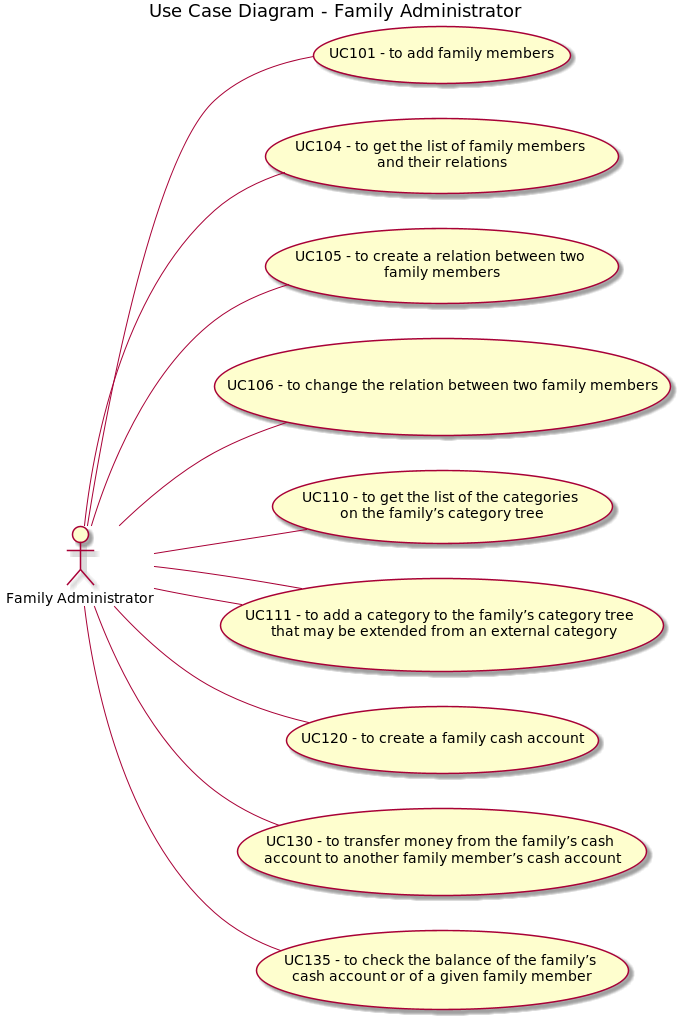
The PlantUML diagram diagrams/UseCaseDiagramFA.png in dev-rbatista/SWitCH-Project-Wiki, before a commit. Its diagram source:
```plantuml
@startuml

left to right direction

title Use Case Diagram - Family Administrator

actor "Family Administrator" as fa

usecase "UC101 - to add family members" as uc101
usecase "UC104 - to get the list of family members \nand their relations" as uc104
usecase "UC105 - to create a relation between two \nfamily members" as uc105
usecase "UC106 - to change the relation between two family members" as uc106
usecase "UC110 - to get the list of the categories \non the family’s category tree" as uc110
usecase "UC111 - to add a category to the family’s category tree \n that may be extended from an external category" as uc111
usecase "UC120 - to create a family cash account" as uc120
usecase "UC130 - to transfer money from the family’s cash \naccount to another family member’s cash account" as uc130
usecase "UC135 - to check the balance of the family’s \ncash account or of a given family member" as uc135

fa -- uc101
fa -- uc104
fa -- uc105
fa -- uc110
fa -- uc111
fa -- uc120
fa -- uc106
fa -- uc111
fa -- uc130
fa -- uc135

@enduml
```
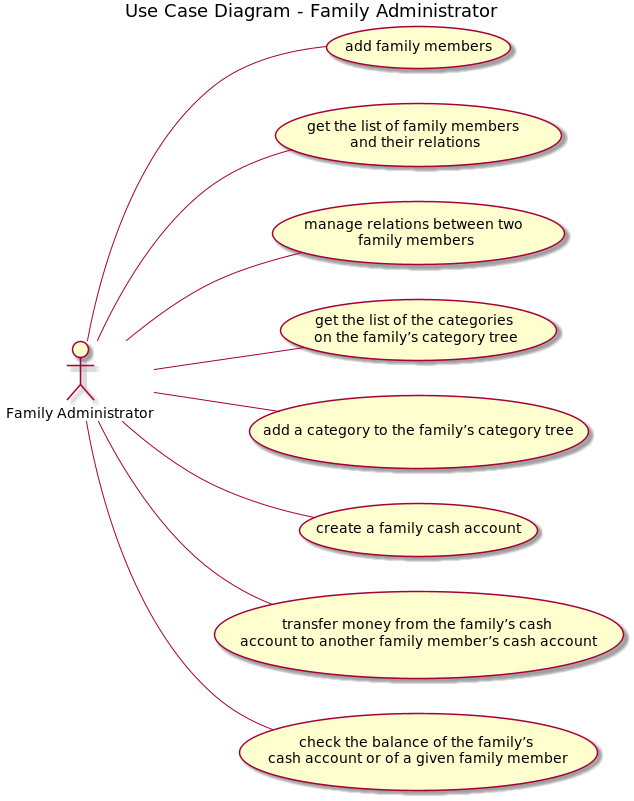
The same diagram one commit later.

Diff of the diagram source:
```diff
@@ -6,23 +6,20 @@
 
 actor "Family Administrator" as fa
 
-usecase "UC101 - to add family members" as uc101
-usecase "UC104 - to get the list of family members \nand their relations" as uc104
-usecase "UC105 - to create a relation between two \nfamily members" as uc105
-usecase "UC106 - to change the relation between two family members" as uc106
-usecase "UC110 - to get the list of the categories \non the family’s category tree" as uc110
-usecase "UC111 - to add a category to the family’s category tree \n that may be extended from an external category" as uc111
-usecase "UC120 - to create a family cash account" as uc120
-usecase "UC130 - to transfer money from the family’s cash \naccount to another family member’s cash account" as uc130
-usecase "UC135 - to check the balance of the family’s \ncash account or of a given family member" as uc135
+usecase "add family members" as uc101
+usecase "get the list of family members \nand their relations" as uc104
+usecase "manage relations between two \nfamily members" as uc105
+usecase "get the list of the categories \non the family’s category tree" as uc110
+usecase "add a category to the family’s category tree" as uc111
+usecase "create a family cash account" as uc120
+usecase "transfer money from the family’s cash \naccount to another family member’s cash account" as uc130
+usecase "check the balance of the family’s \ncash account or of a given family member" as uc135
 
 fa -- uc101
 fa -- uc104
 fa -- uc105
 fa -- uc110
-fa -- uc111
 fa -- uc120
-fa -- uc106
 fa -- uc111
 fa -- uc130
 fa -- uc135
```
